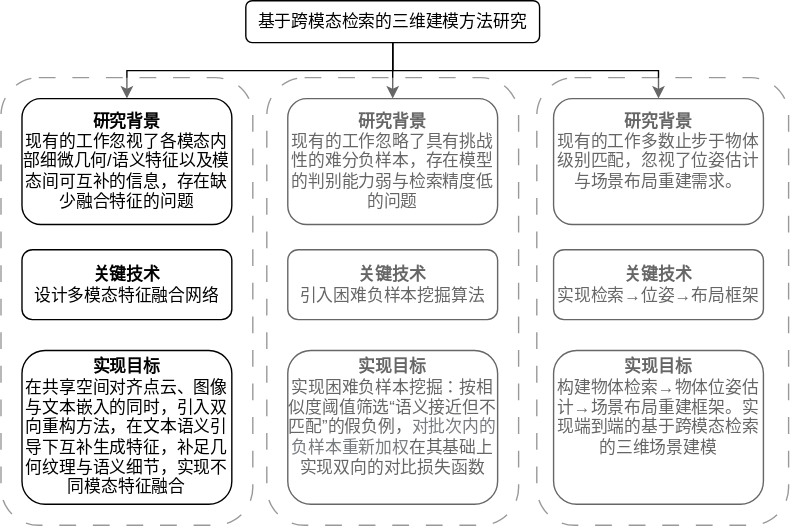
Earlier version of the draw.io export 基于跨模态检索的三维建模方法研究.drawio.svg (Wspiron/partnet_dataset). Source tidied: cells renumbered, new cells last; positions are measured from the earlier drawing's top-left corner, leaving out a move shared by most shapes.
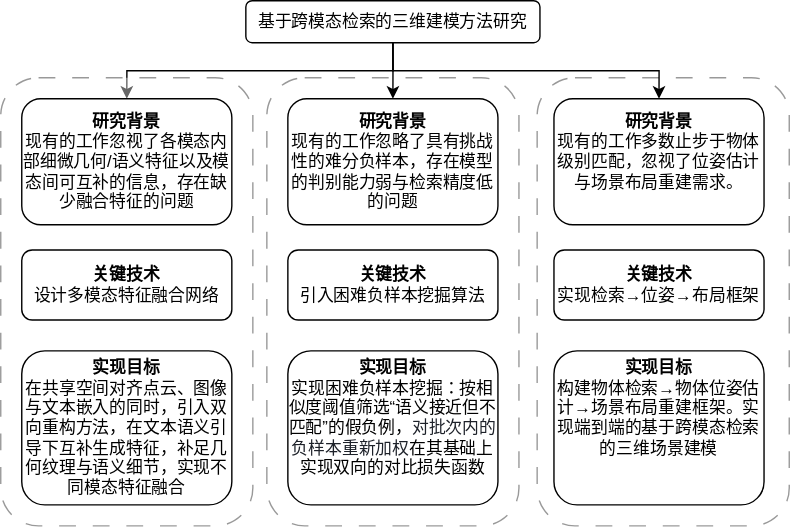
Above is the later version.

Commit message:
更新基于跨模态检索的三维建模方法研究.drawio.svg

Change to the diagram source:
```diff
@@ -2,31 +2,40 @@
   <root>
     <mxCell id="0" />
     <mxCell id="1" parent="0" />
+    <mxCell id="20" style="group;" parent="1" vertex="1">
+      <mxGeometry x="15" width="548" height="375" as="geometry" />
+    </mxCell>
+    <mxCell id="19" style="rounded=1;whiteSpace=wrap;html=1;opacity=40;dashed=1;dashPattern=12 12;" parent="20" vertex="1">
+      <mxGeometry x="368" y="55" width="180" height="320" as="geometry" />
+    </mxCell>
+    <mxCell id="18" style="rounded=1;whiteSpace=wrap;html=1;opacity=40;dashed=1;dashPattern=12 12;" parent="20" vertex="1">
+      <mxGeometry x="175" y="55" width="180" height="320" as="geometry" />
+    </mxCell>
-    <mxCell id="2" style="edgeStyle=orthogonalEdgeStyle;rounded=0;jettySize=auto;html=1;entryX=0.5;entryY=0;entryDx=0;entryDy=0;exitX=0.5;exitY=1;exitDx=0;exitDy=0;" parent="1" edge="1" source="3" target="15">
+    <mxCell id="2" style="edgeStyle=orthogonalEdgeStyle;rounded=0;jettySize=auto;html=1;entryX=0.5;entryY=0;entryDx=0;entryDy=0;exitX=0.5;exitY=1;exitDx=0;exitDy=0;" parent="20" edge="1" source="3" target="15">
       <mxGeometry relative="1" as="geometry" />
     </mxCell>
-    <mxCell id="3" value="基于跨模态检索的三维建模方法研究" style="rounded=1;whiteSpace=wrap;html=1;" parent="1" vertex="1">
-      <mxGeometry x="175" width="210" height="30" as="geometry" />
+    <mxCell id="3" value="基于跨模态检索的三维建模方法研究" style="rounded=1;whiteSpace=wrap;html=1;" parent="20" vertex="1">
+      <mxGeometry x="160" width="210" height="30" as="geometry" />
     </mxCell>
-    <mxCell id="4" style="edgeStyle=orthogonalEdgeStyle;rounded=0;jettySize=auto;html=1;entryX=0.5;entryY=0;entryDx=0;entryDy=0;exitX=0.5;exitY=1;exitDx=0;exitDy=0;" parent="1" edge="1" source="3">
+    <mxCell id="4" style="edgeStyle=orthogonalEdgeStyle;rounded=0;jettySize=auto;html=1;entryX=0.5;entryY=0;entryDx=0;entryDy=0;exitX=0.5;exitY=1;exitDx=0;exitDy=0;" parent="20" edge="1" source="3">
       <mxGeometry relative="1" as="geometry">
-        <mxPoint x="280" y="70" as="targetPoint" />
+        <mxPoint x="265" y="70" as="targetPoint" />
       </mxGeometry>
     </mxCell>
-    <mxCell id="5" style="edgeStyle=orthogonalEdgeStyle;rounded=0;jettySize=auto;html=1;exitX=0.5;exitY=1;exitDx=0;exitDy=0;entryX=0.5;entryY=0;entryDx=0;entryDy=0;" parent="1" edge="1" source="3" target="10">
+    <mxCell id="5" style="edgeStyle=orthogonalEdgeStyle;rounded=0;jettySize=auto;html=1;exitX=0.5;exitY=1;exitDx=0;exitDy=0;entryX=0.5;entryY=0;entryDx=0;entryDy=0;" parent="20" edge="1" source="3" target="10">
       <mxGeometry relative="1" as="geometry" />
     </mxCell>
-    <mxCell id="6" value="&lt;b&gt;关键技术&lt;/b&gt;&lt;div&gt;引入困难负样本挖掘算法&lt;/div&gt;" style="rounded=1;whiteSpace=wrap;html=1;" parent="1" vertex="1">
-      <mxGeometry x="205" y="178" width="150" height="50" as="geometry" />
+    <mxCell id="6" value="&lt;b&gt;关键技术&lt;/b&gt;&lt;div&gt;引入困难负样本挖掘算法&lt;/div&gt;" style="rounded=1;whiteSpace=wrap;html=1;" parent="20" vertex="1">
+      <mxGeometry x="190" y="178" width="150" height="50" as="geometry" />
     </mxCell>
-    <mxCell id="7" value="&lt;b&gt;研究背景&lt;/b&gt;&lt;div&gt;&lt;font face=&quot;Helvetica&quot;&gt;&lt;font style=&quot;color: rgb(0, 0, 0);&quot;&gt;现有的工作&lt;/font&gt;&lt;span style=&quot;background-color: transparent; color: light-dark(rgb(0, 0, 0), rgb(255, 255, 255));&quot;&gt;忽略了具有挑战性的难分负样本，存在模型的判别能力弱与检索精度低的问题&lt;/span&gt;&lt;/font&gt;&lt;/div&gt;" style="rounded=1;whiteSpace=wrap;html=1;" parent="1" vertex="1">
-      <mxGeometry x="205" y="70" width="150" height="90" as="geometry" />
+    <mxCell id="7" value="&lt;b&gt;研究背景&lt;/b&gt;&lt;div&gt;&lt;font face=&quot;Helvetica&quot;&gt;&lt;font style=&quot;color: rgb(0, 0, 0);&quot;&gt;现有的工作&lt;/font&gt;&lt;span style=&quot;background-color: transparent; color: light-dark(rgb(0, 0, 0), rgb(255, 255, 255));&quot;&gt;忽略了具有挑战性的难分负样本，存在模型的判别能力弱与检索精度低的问题&lt;/span&gt;&lt;/font&gt;&lt;/div&gt;" style="rounded=1;whiteSpace=wrap;html=1;" parent="20" vertex="1">
+      <mxGeometry x="190" y="70" width="150" height="90" as="geometry" />
     </mxCell>
-    <mxCell id="8" value="&lt;font face=&quot;Helvetica&quot;&gt;&lt;b style=&quot;&quot;&gt;实现目标&lt;/b&gt;&lt;/font&gt;&lt;div&gt;&lt;font&gt;&lt;font style=&quot;&quot; face=&quot;Helvetica&quot;&gt;&lt;span&gt;实现困难负样本挖掘&lt;/span&gt;：按相似度阈值筛选“语义接近但不匹配”的假负例，&lt;span style=&quot;text-align: left; background-color: transparent; color: rgb(29, 33, 41);&quot;&gt;对批次内的负样本重新加权&lt;/span&gt;&lt;/font&gt;&lt;span style=&quot;background-color: transparent; color: light-dark(rgb(0, 0, 0), rgb(255, 255, 255));&quot;&gt;在其基础上实现双向的对比损失函数&lt;/span&gt;&lt;/font&gt;&lt;br&gt;&lt;/div&gt;&lt;div&gt;&lt;font&gt;&lt;span style=&quot;color: light-dark(rgb(0, 0, 0), rgb(255, 255, 255)); background-color: transparent;&quot;&gt;&lt;br&gt;&lt;/span&gt;&lt;/font&gt;&lt;/div&gt;" style="rounded=1;whiteSpace=wrap;html=1;" parent="1" vertex="1">
-      <mxGeometry x="205" y="250" width="150" height="110" as="geometry" />
+    <mxCell id="8" value="&lt;font face=&quot;Helvetica&quot;&gt;&lt;b style=&quot;&quot;&gt;实现目标&lt;/b&gt;&lt;/font&gt;&lt;div&gt;&lt;font&gt;&lt;font style=&quot;&quot; face=&quot;Helvetica&quot;&gt;&lt;span&gt;实现困难负样本挖掘&lt;/span&gt;：按相似度阈值筛选“语义接近但不匹配”的假负例，&lt;span style=&quot;text-align: left; background-color: transparent; color: rgb(29, 33, 41);&quot;&gt;对批次内的负样本重新加权&lt;/span&gt;&lt;/font&gt;&lt;span style=&quot;background-color: transparent; color: light-dark(rgb(0, 0, 0), rgb(255, 255, 255));&quot;&gt;在其基础上实现双向的对比损失函数&lt;/span&gt;&lt;/font&gt;&lt;br&gt;&lt;/div&gt;&lt;div&gt;&lt;font&gt;&lt;span style=&quot;color: light-dark(rgb(0, 0, 0), rgb(255, 255, 255)); background-color: transparent;&quot;&gt;&lt;br&gt;&lt;/span&gt;&lt;/font&gt;&lt;/div&gt;" style="rounded=1;whiteSpace=wrap;html=1;" parent="20" vertex="1">
+      <mxGeometry x="190" y="250" width="150" height="110" as="geometry" />
     </mxCell>
-    <mxCell id="9" style="group;" parent="1" vertex="1">
-      <mxGeometry x="395" y="70" width="150" height="290" as="geometry" />
+    <mxCell id="9" style="group;" parent="20" vertex="1">
+      <mxGeometry x="380" y="70" width="150" height="290" as="geometry" />
     </mxCell>
     <mxCell id="10" value="&lt;b&gt;&lt;font style=&quot;font-size: 12px; color: rgb(0, 0, 0);&quot;&gt;研究背景&lt;/font&gt;&lt;/b&gt;&lt;div&gt;&lt;font face=&quot;Helvetica&quot; style=&quot;font-size: 12px; color: rgb(0, 0, 0);&quot;&gt;现有的工作多数止步于物体级别匹配，&lt;/font&gt;&lt;span style=&quot;background-color: transparent; color: light-dark(rgb(0, 0, 0), rgb(255, 255, 255));&quot;&gt;忽视了&lt;/span&gt;&lt;span style=&quot;background-color: transparent; color: light-dark(rgb(0, 0, 0), rgb(255, 255, 255));&quot;&gt;位姿估计与场景布局重建&lt;/span&gt;&lt;span style=&quot;background-color: transparent; color: light-dark(rgb(0, 0, 0), rgb(255, 255, 255));&quot;&gt;需求。&lt;/span&gt;&lt;/div&gt;&lt;div&gt;&lt;span style=&quot;background-color: transparent; color: light-dark(rgb(0, 0, 0), rgb(255, 255, 255));&quot;&gt;&lt;br&gt;&lt;/span&gt;&lt;/div&gt;" style="rounded=1;whiteSpace=wrap;html=1;" parent="9" vertex="1">
       <mxGeometry width="150" height="90" as="geometry" />
@@ -37,8 +46,8 @@
     <mxCell id="12" value="&lt;font face=&quot;Helvetica&quot;&gt;&lt;b style=&quot;&quot;&gt;实现目标&lt;/b&gt;&lt;/font&gt;&lt;div&gt;构建物体检索&lt;span style=&quot;background-color: transparent; color: light-dark(rgb(0, 0, 0), rgb(255, 255, 255));&quot;&gt;→物体位姿估计&lt;/span&gt;&lt;span style=&quot;background-color: transparent; color: light-dark(rgb(0, 0, 0), rgb(255, 255, 255));&quot;&gt;→场景布局重建框架。实现端到端的基于跨模态检索的三维场景建模&lt;/span&gt;&lt;/div&gt;&lt;div&gt;&lt;span style=&quot;background-color: transparent; color: light-dark(rgb(0, 0, 0), rgb(255, 255, 255));&quot;&gt;&lt;br&gt;&lt;/span&gt;&lt;/div&gt;&lt;div&gt;&lt;font&gt;&lt;span style=&quot;color: light-dark(rgb(0, 0, 0), rgb(255, 255, 255)); background-color: transparent;&quot;&gt;&lt;br&gt;&lt;/span&gt;&lt;/font&gt;&lt;/div&gt;" style="rounded=1;whiteSpace=wrap;html=1;" parent="9" vertex="1">
       <mxGeometry y="180" width="150" height="110" as="geometry" />
     </mxCell>
-    <mxCell id="13" style="group;" parent="1" vertex="1">
-      <mxGeometry x="15" y="70" width="165" height="305" as="geometry" />
+    <mxCell id="13" style="group;" parent="20" vertex="1">
+      <mxGeometry y="70" width="165" height="305" as="geometry" />
     </mxCell>
     <mxCell id="14" style="rounded=1;whiteSpace=wrap;html=1;opacity=40;dashed=1;dashPattern=12 12;" parent="13" vertex="1">
       <mxGeometry x="-15" y="-15" width="180" height="320" as="geometry" />
@@ -52,11 +61,5 @@
     <mxCell id="17" value="&lt;b&gt;实现目标&lt;/b&gt;&lt;div&gt;在共享空间对齐点云、图像与文本嵌入的同时，引入双向重构方法，在文本语义引导下互补生成特征，补足几何纹理与语义细节，实现不同模态特征融合&lt;br&gt;&lt;/div&gt;" style="rounded=1;whiteSpace=wrap;html=1;" parent="13" vertex="1">
       <mxGeometry y="180" width="150" height="110" as="geometry" />
     </mxCell>
-    <mxCell id="18" style="rounded=1;whiteSpace=wrap;html=1;opacity=40;dashed=1;dashPattern=12 12;" parent="1" vertex="1">
-      <mxGeometry x="190" y="55" width="180" height="320" as="geometry" />
-    </mxCell>
-    <mxCell id="19" style="rounded=1;whiteSpace=wrap;html=1;opacity=40;dashed=1;dashPattern=12 12;" parent="1" vertex="1">
-      <mxGeometry x="383" y="55" width="180" height="320" as="geometry" />
-    </mxCell>
   </root>
 </mxGraphModel>
```
